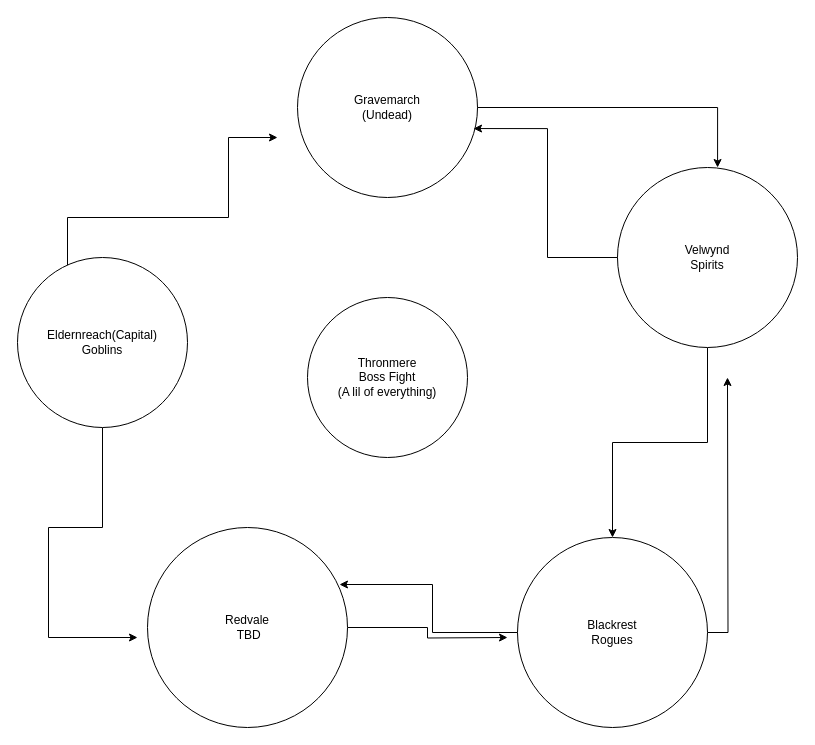
CodingDad1/PythonSandbox keeps this draw.io diagram as Untitled Diagram.drawio. Above is the earlier version. Source tidied: cells renumbered, new cells numbered last; positions are measured from the earlier drawing's top-left corner, leaving out a move shared by most shapes. Both pictures are drawn from the tidied source at 100%, with x=0, y=0 at pixel (17, 17).
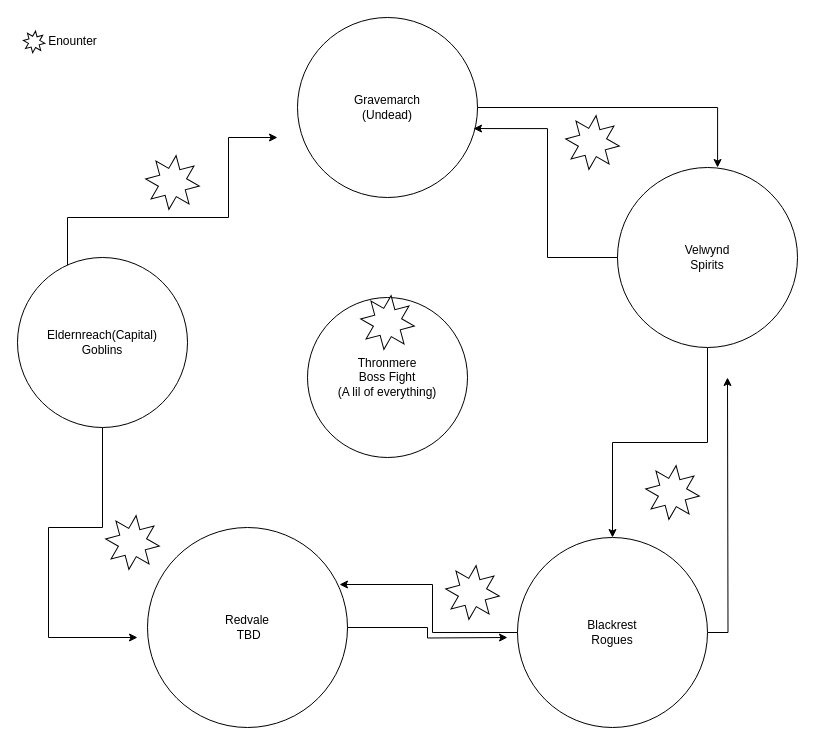
The same diagram, later.

Commit message:
Added Encounter Spots

What changed in the source:
```diff
@@
+    <mxCell id="16" style="verticalLabelPosition=bottom;verticalAlign=top;html=1;shape=mxgraph.basic.8_point_star;rotation=-15;" parent="1" vertex="1">
+      <mxGeometry x="130" y="140" width="50" height="50" as="geometry" />
+    </mxCell>
+    <mxCell id="17" style="verticalLabelPosition=bottom;verticalAlign=top;html=1;shape=mxgraph.basic.8_point_star;rotation=-15;" parent="1" vertex="1">
+      <mxGeometry x="550" y="100" width="50" height="50" as="geometry" />
+    </mxCell>
+    <mxCell id="18" style="verticalLabelPosition=bottom;verticalAlign=top;html=1;shape=mxgraph.basic.8_point_star;rotation=-15;" parent="1" vertex="1">
+      <mxGeometry x="630" y="450" width="50" height="50" as="geometry" />
+    </mxCell>
+    <mxCell id="19" style="verticalLabelPosition=bottom;verticalAlign=top;html=1;shape=mxgraph.basic.8_point_star;rotation=-15;" parent="1" vertex="1">
+      <mxGeometry x="430" y="550" width="50" height="50" as="geometry" />
+    </mxCell>
+    <mxCell id="20" style="verticalLabelPosition=bottom;verticalAlign=top;html=1;shape=mxgraph.basic.8_point_star;rotation=-15;" parent="1" vertex="1">
+      <mxGeometry x="90" y="500" width="50" height="50" as="geometry" />
+    </mxCell>
+    <mxCell id="21" style="verticalLabelPosition=bottom;verticalAlign=top;html=1;shape=mxgraph.basic.8_point_star;rotation=-15;" parent="1" vertex="1">
+      <mxGeometry x="345" y="280" width="50" height="50" as="geometry" />
+    </mxCell>
+    <mxCell id="22" style="verticalLabelPosition=bottom;verticalAlign=top;html=1;shape=mxgraph.basic.8_point_star;rotation=-15;" parent="1" vertex="1">
+      <mxGeometry x="6.6" y="14.4" width="20" height="20" as="geometry" />
+    </mxCell>
+    <mxCell id="23" value="Enounter" style="text;html=1;align=center;verticalAlign=middle;strokeColor=none;fillColor=none;" parent="1" vertex="1">
+      <mxGeometry x="20" y="9.4" width="70" height="30" as="geometry" />
+    </mxCell>
```
